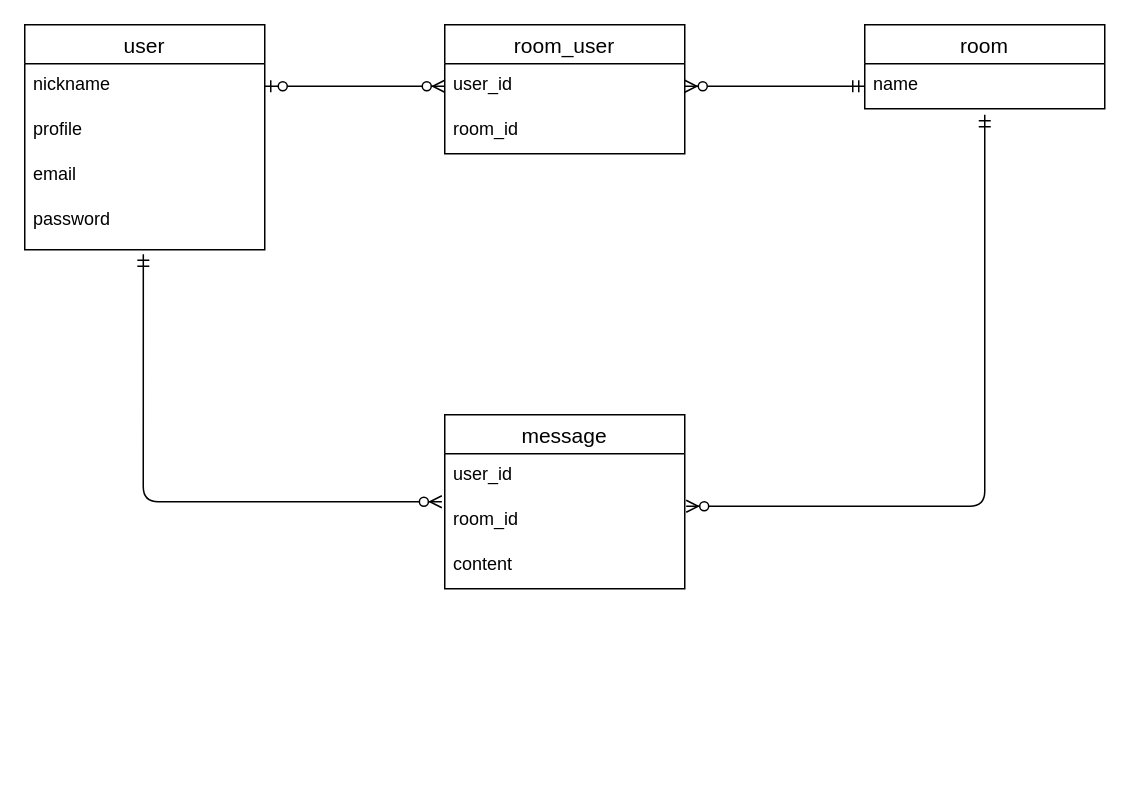
Above: test.dio in Gonta-prfm/nagetomo-app (draw.io), before the change. Source tidied: cells renumbered, new cells numbered last; positions are measured from the earlier drawing's top-left corner, leaving out a move shared by most shapes. Both pictures are drawn from the tidied source at 150%, with x=0, y=0 at pixel (24, 24).
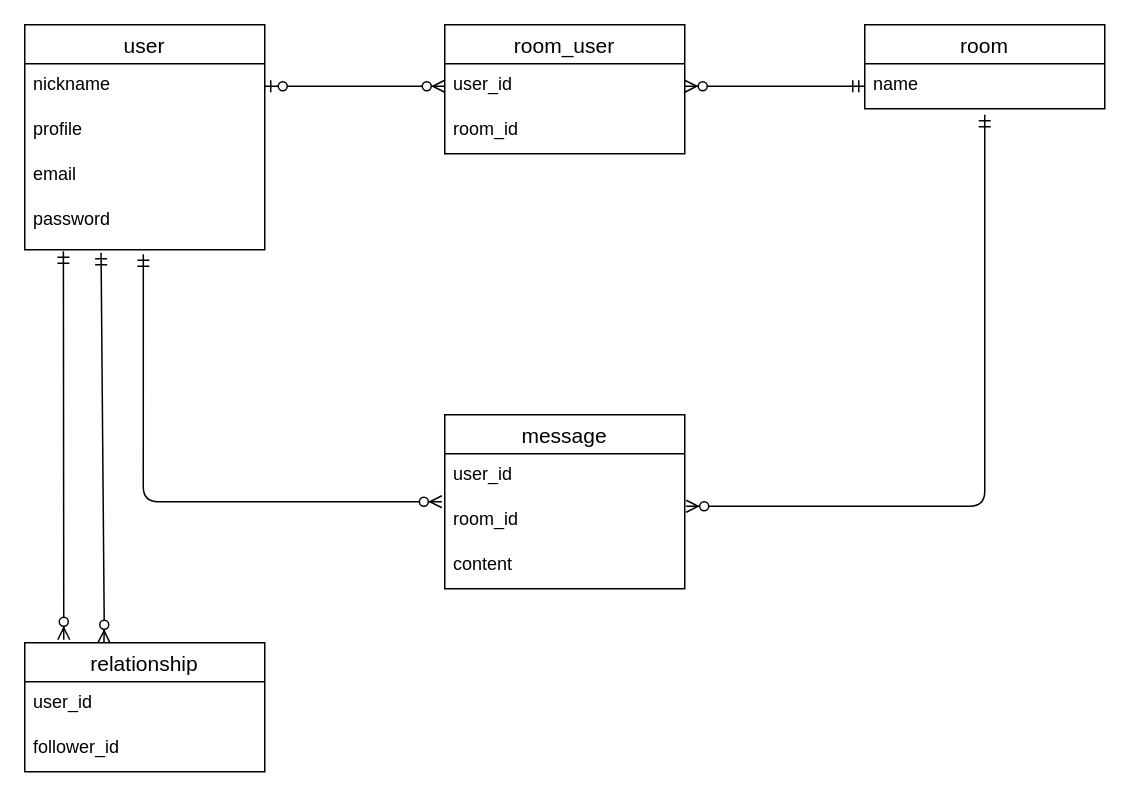
Above is the later version.

The change refers to these unchanged cells:
```xml
<mxCell id="6" value="password" style="text;strokeColor=none;fillColor=none;spacingLeft=4;spacingRight=4;overflow=hidden;points=[[0,0.5],[1,0.5]];portConstraint=eastwest;fontSize=12;" parent="2" vertex="1">
  <mxGeometry y="116" width="160" height="34" as="geometry" />
</mxCell>
```

The edit, as a diff of the source:
```diff
@@
+    <mxCell id="20" value="relationship" style="swimlane;fontStyle=0;horizontal=1;startSize=26;align=center;fontSize=14;" parent="1" vertex="1">
+      <mxGeometry y="412" width="160" height="86" as="geometry" />
+    </mxCell>
+    <mxCell id="21" value="user_id" style="text;strokeColor=none;fillColor=none;spacingLeft=4;spacingRight=4;overflow=hidden;fontSize=12;" parent="20" vertex="1">
+      <mxGeometry y="26" width="160" height="30" as="geometry" />
+    </mxCell>
+    <mxCell id="22" value="follower_id" style="text;strokeColor=none;fillColor=none;spacingLeft=4;spacingRight=4;overflow=hidden;fontSize=12;" parent="20" vertex="1">
+      <mxGeometry y="56" width="160" height="30" as="geometry" />
+    </mxCell>
+    <mxCell id="23" style="fontSize=12;html=1;endArrow=ERzeroToMany;startArrow=ERmandOne;exitX=0.161;exitY=1.029;exitDx=0;exitDy=0;exitPerimeter=0;" parent="1" edge="1" source="6">
+      <mxGeometry relative="1" as="geometry">
+        <mxPoint x="26" y="410" as="targetPoint" />
+        <Array as="points">
+          <mxPoint x="26" y="400" />
+        </Array>
+      </mxGeometry>
+    </mxCell>
+    <mxCell id="24" style="fontSize=12;html=1;endArrow=ERzeroToMany;startArrow=ERmandOne;entryX=0.33;entryY=0;entryDx=0;entryDy=0;entryPerimeter=0;exitX=0.318;exitY=1.059;exitDx=0;exitDy=0;exitPerimeter=0;" parent="1" edge="1" source="6" target="20">
+      <mxGeometry relative="1" as="geometry">
+        <Array as="points">
+          <mxPoint x="53" y="400" />
+        </Array>
+      </mxGeometry>
+    </mxCell>
```
